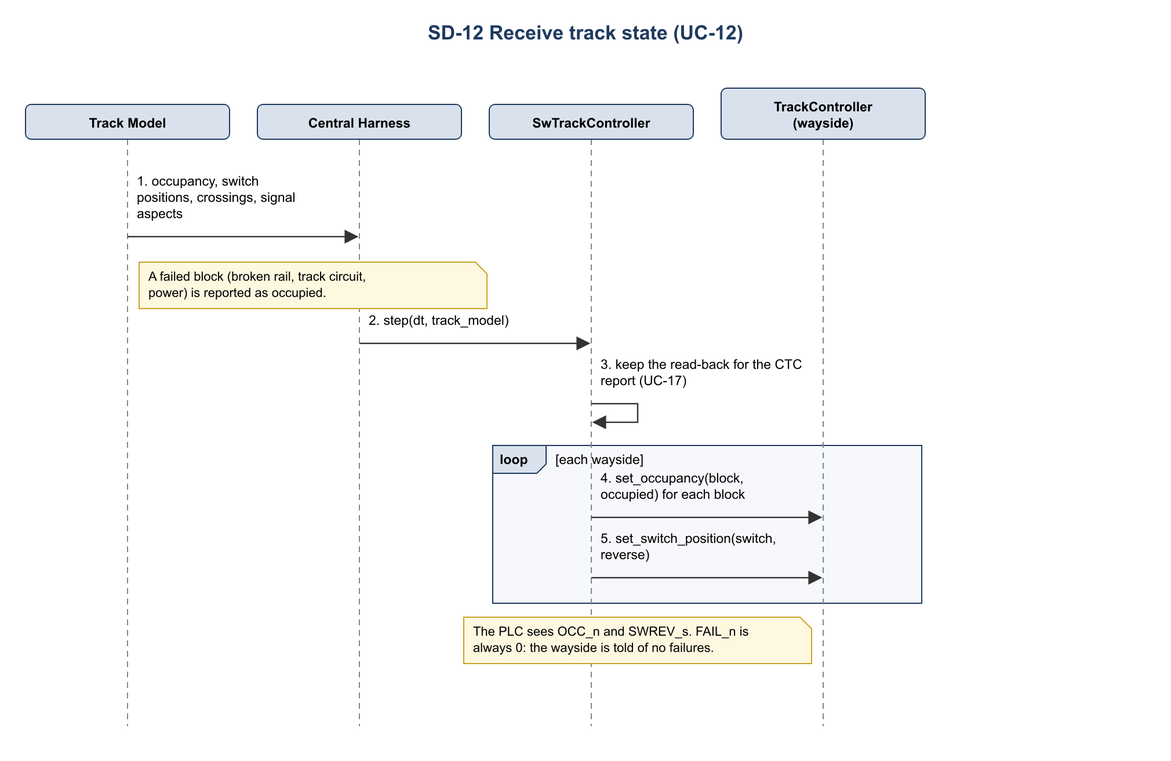
Before: documents/uml/track_ctrl_sw/sequence/sd12_receive_track_state.png, a diagram exported from Mermaid (Landiss04/Track-Overflow). Its source is kept beside it as documents/uml/track_ctrl_sw/sequence/sd12_receive_track_state.mmd.
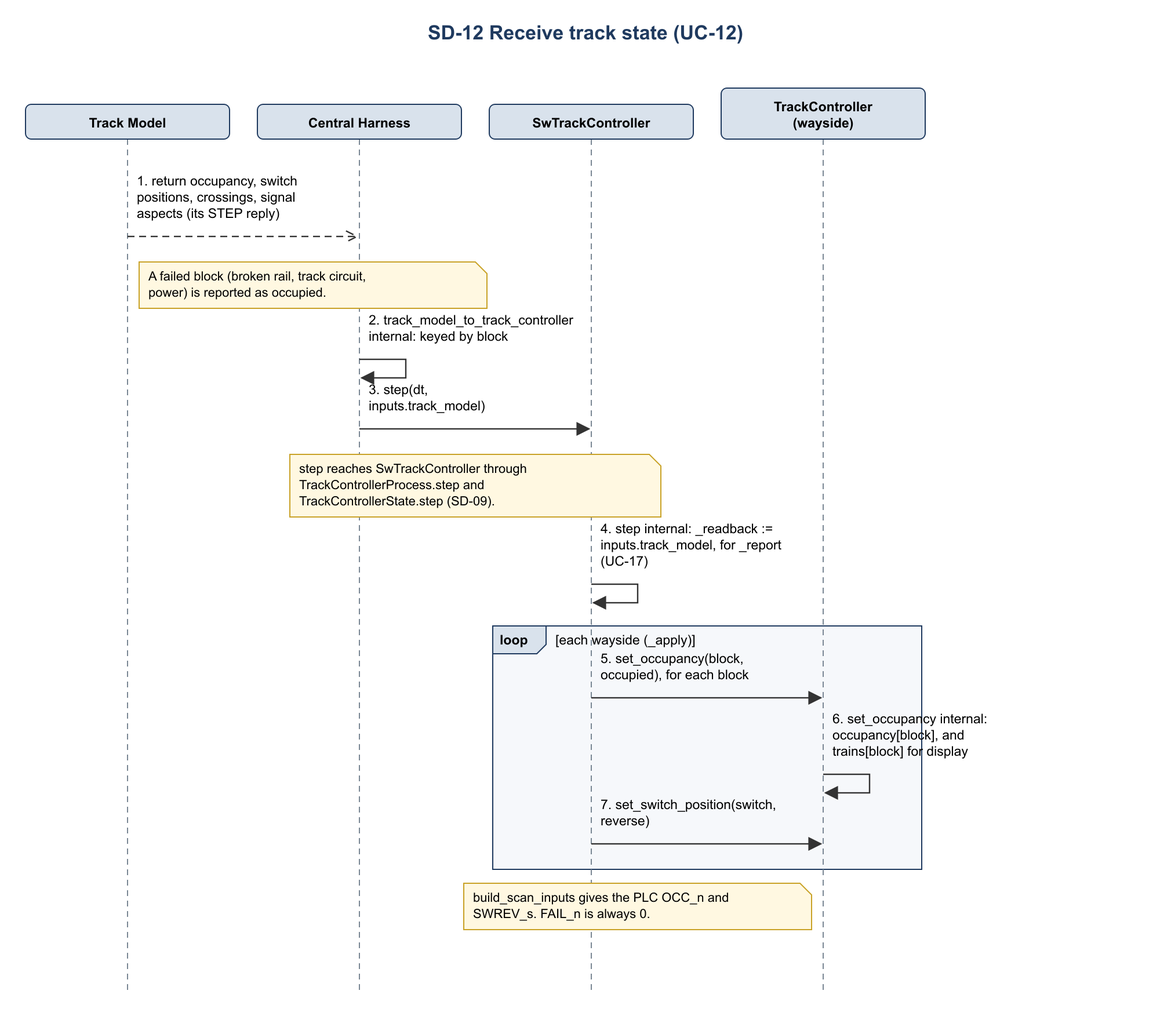
Above is the later version.

Diff of the diagram source:
```diff
@@ -4,12 +4,15 @@
     participant H as Central Harness
     participant M as SwTrackController
     participant W as TrackController (wayside)
-    TM->>H: occupancy, switch positions, crossings, signal aspects
+    TM-->>H: return occupancy, switch positions, crossings, signal aspects (its STEP reply)
     Note right of TM: A failed block (broken rail, track circuit, power) is reported as occupied.
-    H->>M: step(dt, track_model)
-    M->>M: keep the read-back for the CTC report (UC-17)
-    loop each wayside
-        M->>W: set_occupancy(block, occupied) for each block
+    H->>H: track_model_to_track_controller internal: keyed by block
+    H->>M: step(dt, inputs.track_model)
+    Note over H,M: step reaches SwTrackController through TrackControllerProcess.step and TrackControllerState.step (SD-09).
+    M->>M: step internal: _readback := inputs.track_model, for _report (UC-17)
+    loop each wayside (_apply)
+        M->>W: set_occupancy(block, occupied), for each block
+        W->>W: set_occupancy internal: occupancy[block], and trains[block] for display
         M->>W: set_switch_position(switch, reverse)
     end
-    Note right of W: The PLC sees OCC_n and SWREV_s. FAIL_n is always 0: the wayside is told of no failures.
+    Note right of W: build_scan_inputs gives the PLC OCC_n and SWREV_s. FAIL_n is always 0.
```
